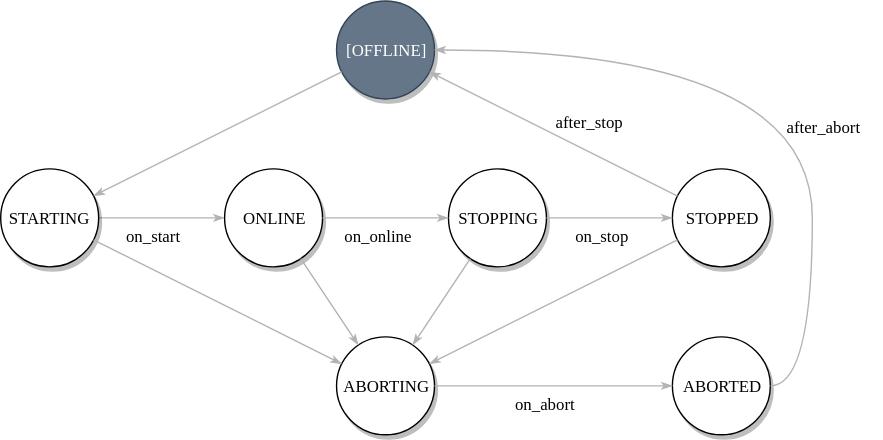
robpkelly/qscout-control-design-docs keeps this draw.io diagram as abstract-control-flow.svg. Above is the earlier version. Source tidied: cells renumbered, new cells last; positions are measured from the earlier drawing's top-left corner, leaving out a move shared by most shapes. Its diagram source:
```xml
<mxGraphModel background="#ffffff">
  <root>
    <mxCell id="0" />
    <mxCell id="1" parent="0" />
    <mxCell id="2" value="on_start&lt;br&gt;" style="edgeStyle=none;rounded=1;html=1;labelBackgroundColor=none;startArrow=none;startFill=0;startSize=5;endArrow=classicThin;endFill=1;endSize=5;jettySize=auto;strokeColor=#B3B3B3;strokeWidth=1;fontFamily=Verdana;fontSize=12;fontColor=#000000;labelPosition=center;verticalLabelPosition=bottom;align=center;verticalAlign=top;" parent="1" edge="1" source="3" target="4">
      <mxGeometry relative="1" as="geometry" />
    </mxCell>
    <mxCell id="3" value="STARTING&lt;br&gt;" style="ellipse;whiteSpace=wrap;html=1;rounded=0;shadow=1;comic=0;labelBackgroundColor=none;strokeColor=#000000;strokeWidth=1;fillColor=#FFFFFF;fontFamily=Verdana;fontSize=12;fontColor=#000000;align=center;" parent="1" vertex="1">
      <mxGeometry y="120" width="70" height="70" as="geometry" />
    </mxCell>
    <mxCell id="4" value="ONLINE&lt;br&gt;" style="ellipse;whiteSpace=wrap;html=1;rounded=0;shadow=1;comic=0;labelBackgroundColor=none;strokeColor=#000000;strokeWidth=1;fillColor=#FFFFFF;fontFamily=Verdana;fontSize=12;fontColor=#000000;align=center;" parent="1" vertex="1">
      <mxGeometry x="160" y="120" width="70" height="70" as="geometry" />
    </mxCell>
    <mxCell id="5" value="STOPPING&lt;br&gt;" style="ellipse;whiteSpace=wrap;html=1;rounded=0;shadow=1;comic=0;labelBackgroundColor=none;strokeColor=#000000;strokeWidth=1;fillColor=#FFFFFF;fontFamily=Verdana;fontSize=12;fontColor=#000000;align=center;" parent="1" vertex="1">
      <mxGeometry x="320" y="120" width="70" height="70" as="geometry" />
    </mxCell>
    <mxCell id="6" value="ABORTING&lt;br&gt;" style="ellipse;whiteSpace=wrap;html=1;rounded=0;shadow=1;comic=0;labelBackgroundColor=none;strokeColor=#000000;strokeWidth=1;fillColor=#FFFFFF;fontFamily=Verdana;fontSize=12;fontColor=#000000;align=center;" parent="1" vertex="1">
      <mxGeometry x="240" y="240" width="70" height="70" as="geometry" />
    </mxCell>
    <mxCell id="7" value="STOPPED&lt;br&gt;" style="ellipse;whiteSpace=wrap;html=1;rounded=0;shadow=1;comic=0;labelBackgroundColor=none;strokeColor=#000000;strokeWidth=1;fillColor=#FFFFFF;fontFamily=Verdana;fontSize=12;fontColor=#000000;align=center;" parent="1" vertex="1">
      <mxGeometry x="480" y="120" width="70" height="70" as="geometry" />
    </mxCell>
    <mxCell id="8" value="ABORTED&lt;br&gt;" style="ellipse;whiteSpace=wrap;html=1;rounded=0;shadow=1;comic=0;labelBackgroundColor=none;strokeColor=#000000;strokeWidth=1;fillColor=#FFFFFF;fontFamily=Verdana;fontSize=12;fontColor=#000000;align=center;" parent="1" vertex="1">
      <mxGeometry x="480" y="240" width="70" height="70" as="geometry" />
    </mxCell>
    <mxCell id="9" value="on_stop&lt;br&gt;" style="edgeStyle=none;rounded=1;html=1;labelBackgroundColor=none;startArrow=none;startFill=0;startSize=5;endArrow=classicThin;endFill=1;endSize=5;jettySize=auto;strokeColor=#B3B3B3;strokeWidth=1;fontFamily=Verdana;fontSize=12;fontColor=#000000;labelPosition=center;verticalLabelPosition=bottom;align=center;verticalAlign=top;" parent="1" edge="1" source="5" target="7">
      <mxGeometry relative="1" as="geometry" />
    </mxCell>
    <mxCell id="10" value="on_abort&lt;br&gt;" style="edgeStyle=none;rounded=1;html=1;labelBackgroundColor=none;startArrow=none;startFill=0;startSize=5;endArrow=classicThin;endFill=1;endSize=5;jettySize=auto;strokeColor=#B3B3B3;strokeWidth=1;fontFamily=Verdana;fontSize=12;fontColor=#000000;labelPosition=center;verticalLabelPosition=bottom;align=center;verticalAlign=top;" parent="1" edge="1" source="6" target="8">
      <mxGeometry relative="1" as="geometry" />
    </mxCell>
    <mxCell id="11" value="[OFFLINE]&lt;br&gt;" style="ellipse;whiteSpace=wrap;html=1;rounded=0;shadow=1;comic=0;labelBackgroundColor=none;strokeColor=#314354;strokeWidth=1;fillColor=#647687;fontFamily=Verdana;fontSize=12;fontColor=#ffffff;align=center;" parent="1" vertex="1">
      <mxGeometry x="240" width="70" height="70" as="geometry" />
    </mxCell>
    <mxCell id="12" style="edgeStyle=none;rounded=1;html=1;labelBackgroundColor=none;startArrow=none;startFill=0;startSize=5;endArrow=classicThin;endFill=1;endSize=5;jettySize=auto;strokeColor=#B3B3B3;strokeWidth=1;fontFamily=Verdana;fontSize=12;fontColor=#000000;" parent="1" edge="1" source="3" target="6">
      <mxGeometry relative="1" as="geometry" />
    </mxCell>
    <mxCell id="13" style="edgeStyle=none;rounded=1;html=1;labelBackgroundColor=none;startArrow=none;startFill=0;startSize=5;endArrow=classicThin;endFill=1;endSize=5;jettySize=auto;strokeColor=#B3B3B3;strokeWidth=1;fontFamily=Verdana;fontSize=12;fontColor=#000000;" parent="1" edge="1" source="4" target="6">
      <mxGeometry relative="1" as="geometry" />
    </mxCell>
    <mxCell id="14" style="edgeStyle=none;rounded=1;html=1;labelBackgroundColor=none;startArrow=none;startFill=0;startSize=5;endArrow=classicThin;endFill=1;endSize=5;jettySize=auto;strokeColor=#B3B3B3;strokeWidth=1;fontFamily=Verdana;fontSize=12;fontColor=#000000;" parent="1" edge="1" source="5" target="6">
      <mxGeometry relative="1" as="geometry" />
    </mxCell>
    <mxCell id="15" style="edgeStyle=none;rounded=1;html=1;labelBackgroundColor=none;startArrow=none;startFill=0;startSize=5;endArrow=classicThin;endFill=1;endSize=5;jettySize=auto;strokeColor=#B3B3B3;strokeWidth=1;fontFamily=Verdana;fontSize=12;fontColor=#000000;" parent="1" edge="1" source="7" target="6">
      <mxGeometry relative="1" as="geometry" />
    </mxCell>
    <mxCell id="16" value="on_online&lt;br&gt;" style="edgeStyle=none;rounded=1;html=1;labelBackgroundColor=none;startArrow=none;startFill=0;startSize=5;endArrow=classicThin;endFill=1;endSize=5;jettySize=auto;strokeColor=#B3B3B3;strokeWidth=1;fontFamily=Verdana;fontSize=12;fontColor=#000000;labelPosition=center;verticalLabelPosition=bottom;align=center;verticalAlign=top;" parent="1" edge="1" source="4" target="5">
      <mxGeometry relative="1" as="geometry" />
    </mxCell>
    <mxCell id="17" value="after_stop" style="edgeStyle=none;rounded=1;html=1;labelBackgroundColor=none;startArrow=none;startFill=0;startSize=5;endArrow=classicThin;endFill=1;endSize=5;jettySize=auto;strokeColor=#B3B3B3;strokeWidth=1;fontFamily=Verdana;fontSize=12;fontColor=#000000;labelPosition=right;verticalLabelPosition=top;align=left;verticalAlign=bottom;" parent="1" edge="1" source="7" target="11">
      <mxGeometry relative="1" as="geometry" />
    </mxCell>
    <mxCell id="18" style="edgeStyle=none;rounded=1;html=1;labelBackgroundColor=none;startArrow=none;startFill=0;startSize=5;endArrow=classicThin;endFill=1;endSize=5;jettySize=auto;strokeColor=#B3B3B3;strokeWidth=1;fontFamily=Verdana;fontSize=12;fontColor=#000000;labelPosition=center;verticalLabelPosition=bottom;align=center;verticalAlign=top;" parent="1" edge="1" source="11" target="3">
      <mxGeometry relative="1" as="geometry" />
    </mxCell>
    <mxCell id="19" value="after_abort&lt;br&gt;" style="edgeStyle=orthogonalEdgeStyle;rounded=1;html=1;labelBackgroundColor=none;startArrow=none;startFill=0;startSize=5;endArrow=classicThin;endFill=1;endSize=5;jettySize=auto;strokeColor=#B3B3B3;strokeWidth=1;fontFamily=Verdana;fontSize=12;fontColor=#000000;labelPosition=right;verticalLabelPosition=middle;align=left;verticalAlign=middle;curved=1;" parent="1" edge="1" source="8" target="11">
      <mxGeometry x="-0.2" y="20" relative="1" as="geometry">
        <Array as="points">
          <mxPoint x="580" y="275" />
          <mxPoint x="580" y="35" />
        </Array>
      </mxGeometry>
    </mxCell>
  </root>
</mxGraphModel>
```
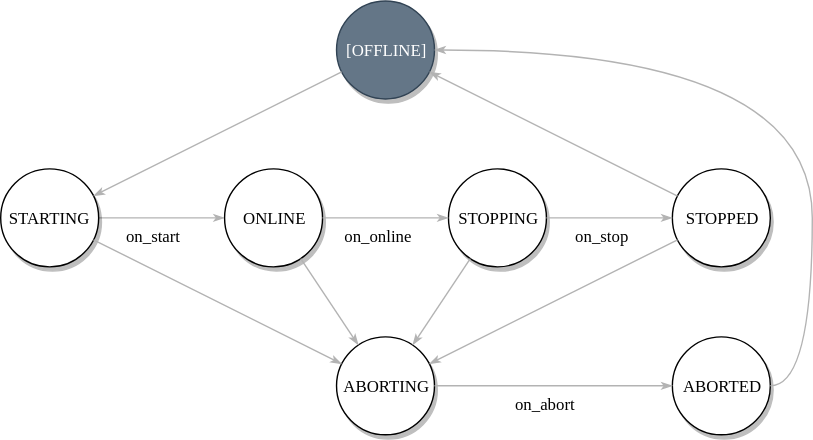
After the commit.

Commit message:
Updated control flow diagram

What changed in the source:
```diff
@@ -47,13 +47,13 @@
     <mxCell id="16" value="on_online&lt;br&gt;" style="edgeStyle=none;rounded=1;html=1;labelBackgroundColor=none;startArrow=none;startFill=0;startSize=5;endArrow=classicThin;endFill=1;endSize=5;jettySize=auto;strokeColor=#B3B3B3;strokeWidth=1;fontFamily=Verdana;fontSize=12;fontColor=#000000;labelPosition=center;verticalLabelPosition=bottom;align=center;verticalAlign=top;" parent="1" edge="1" source="4" target="5">
       <mxGeometry relative="1" as="geometry" />
     </mxCell>
-    <mxCell id="17" value="after_stop" style="edgeStyle=none;rounded=1;html=1;labelBackgroundColor=none;startArrow=none;startFill=0;startSize=5;endArrow=classicThin;endFill=1;endSize=5;jettySize=auto;strokeColor=#B3B3B3;strokeWidth=1;fontFamily=Verdana;fontSize=12;fontColor=#000000;labelPosition=right;verticalLabelPosition=top;align=left;verticalAlign=bottom;" parent="1" edge="1" source="7" target="11">
+    <mxCell id="17" style="edgeStyle=none;rounded=1;html=1;labelBackgroundColor=none;startArrow=none;startFill=0;startSize=5;endArrow=classicThin;endFill=1;endSize=5;jettySize=auto;strokeColor=#B3B3B3;strokeWidth=1;fontFamily=Verdana;fontSize=12;fontColor=#000000;labelPosition=right;verticalLabelPosition=top;align=left;verticalAlign=bottom;" parent="1" edge="1" source="7" target="11">
       <mxGeometry relative="1" as="geometry" />
     </mxCell>
     <mxCell id="18" style="edgeStyle=none;rounded=1;html=1;labelBackgroundColor=none;startArrow=none;startFill=0;startSize=5;endArrow=classicThin;endFill=1;endSize=5;jettySize=auto;strokeColor=#B3B3B3;strokeWidth=1;fontFamily=Verdana;fontSize=12;fontColor=#000000;labelPosition=center;verticalLabelPosition=bottom;align=center;verticalAlign=top;" parent="1" edge="1" source="11" target="3">
       <mxGeometry relative="1" as="geometry" />
     </mxCell>
-    <mxCell id="19" value="after_abort&lt;br&gt;" style="edgeStyle=orthogonalEdgeStyle;rounded=1;html=1;labelBackgroundColor=none;startArrow=none;startFill=0;startSize=5;endArrow=classicThin;endFill=1;endSize=5;jettySize=auto;strokeColor=#B3B3B3;strokeWidth=1;fontFamily=Verdana;fontSize=12;fontColor=#000000;labelPosition=right;verticalLabelPosition=middle;align=left;verticalAlign=middle;curved=1;" parent="1" edge="1" source="8" target="11">
+    <mxCell id="19" style="edgeStyle=orthogonalEdgeStyle;rounded=1;html=1;labelBackgroundColor=none;startArrow=none;startFill=0;startSize=5;endArrow=classicThin;endFill=1;endSize=5;jettySize=auto;strokeColor=#B3B3B3;strokeWidth=1;fontFamily=Verdana;fontSize=12;fontColor=#000000;labelPosition=right;verticalLabelPosition=middle;align=left;verticalAlign=middle;curved=1;" parent="1" edge="1" source="8" target="11">
       <mxGeometry x="-0.2" y="20" relative="1" as="geometry">
         <Array as="points">
           <mxPoint x="580" y="275" />
```
